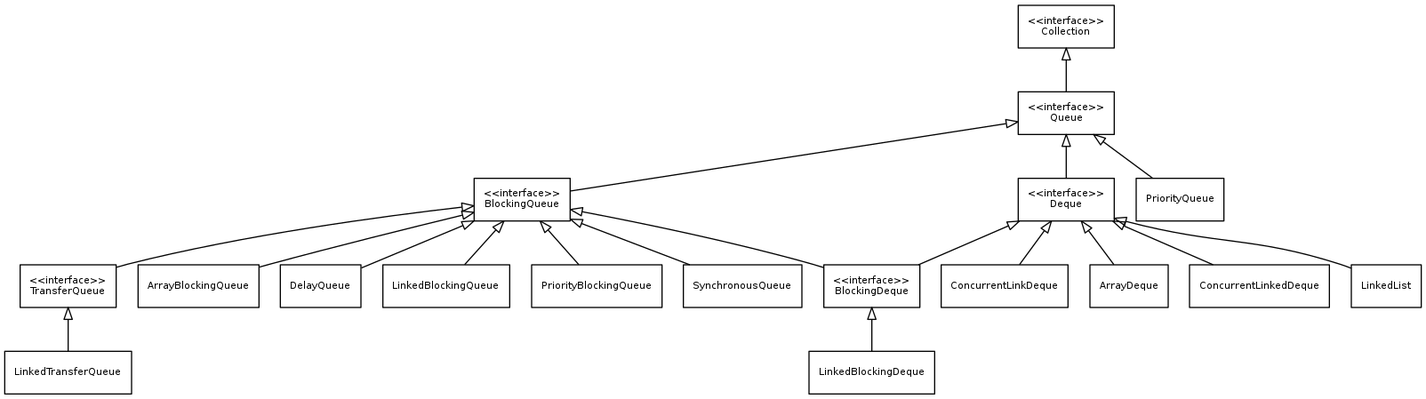
The Graphviz diagram java.util.Queue/java.util.Queue.overview.png in StephanPraetsch/Datenstrukturen, before a commit. Its source is kept beside it as java.util.Queue/java.util.Queue.overview.dot. Its diagram source:
```dot
digraph G {

	rankdir=BT

        node [
                shape = "record"
        ]

        edge [
		arrowhead = "empty"
        ]

	Collection [label="\<\<interface\>\>\nCollection"]
	Queue [label="\<\<interface\>\>\nQueue"]
	Deque [label="\<\<interface\>\>\nDeque"]
	BlockingQueue [label="\<\<interface\>\>\nBlockingQueue"]
	BlockingDeque [label="\<\<interface\>\>\nBlockingDeque"]
	TransferQueue [label="\<\<interface\>\>\nTransferQueue"]

	Queue -> Collection
	Deque -> Queue
	ConcurrentLinkDeque -> Deque
	PriorityQueue -> Queue
	ArrayDeque -> Deque
	ConcurrentLinkedDeque -> Deque
	LinkedList -> Deque
	BlockingQueue -> Queue
	TransferQueue -> BlockingQueue
	LinkedTransferQueue -> TransferQueue
	ArrayBlockingQueue -> BlockingQueue
	DelayQueue -> BlockingQueue
	LinkedBlockingQueue -> BlockingQueue
	PriorityBlockingQueue -> BlockingQueue
	SynchronousQueue -> BlockingQueue
	BlockingDeque -> BlockingQueue
	BlockingDeque -> Deque
	LinkedBlockingDeque -> BlockingDeque

}
```
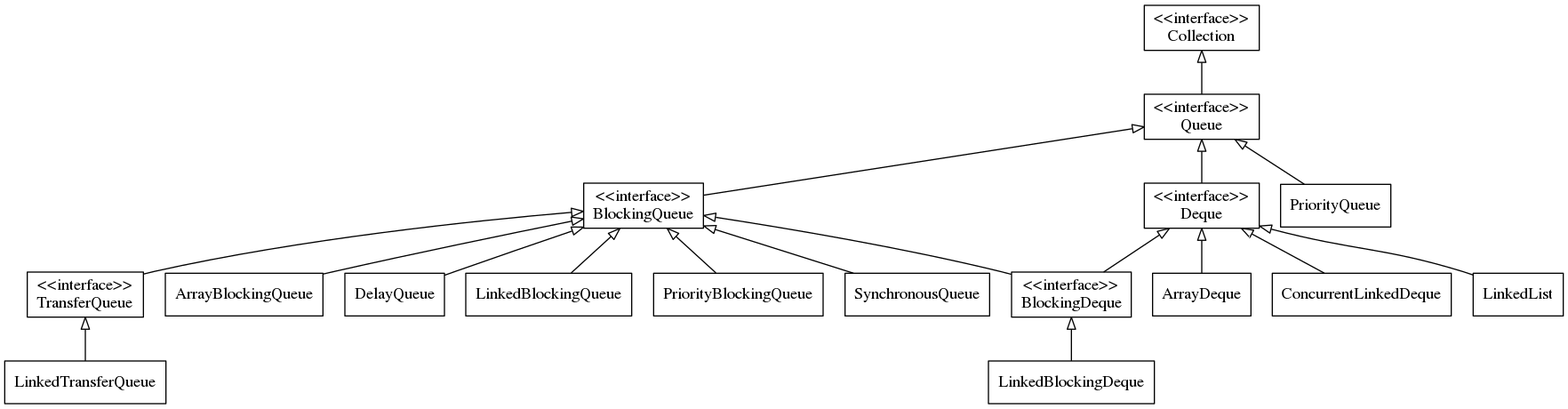
The same diagram one commit later.

Change to the diagram source:
```diff
@@ -19,7 +19,6 @@
 
 	Queue -> Collection
 	Deque -> Queue
-	ConcurrentLinkDeque -> Deque
 	PriorityQueue -> Queue
 	ArrayDeque -> Deque
 	ConcurrentLinkedDeque -> Deque
```
